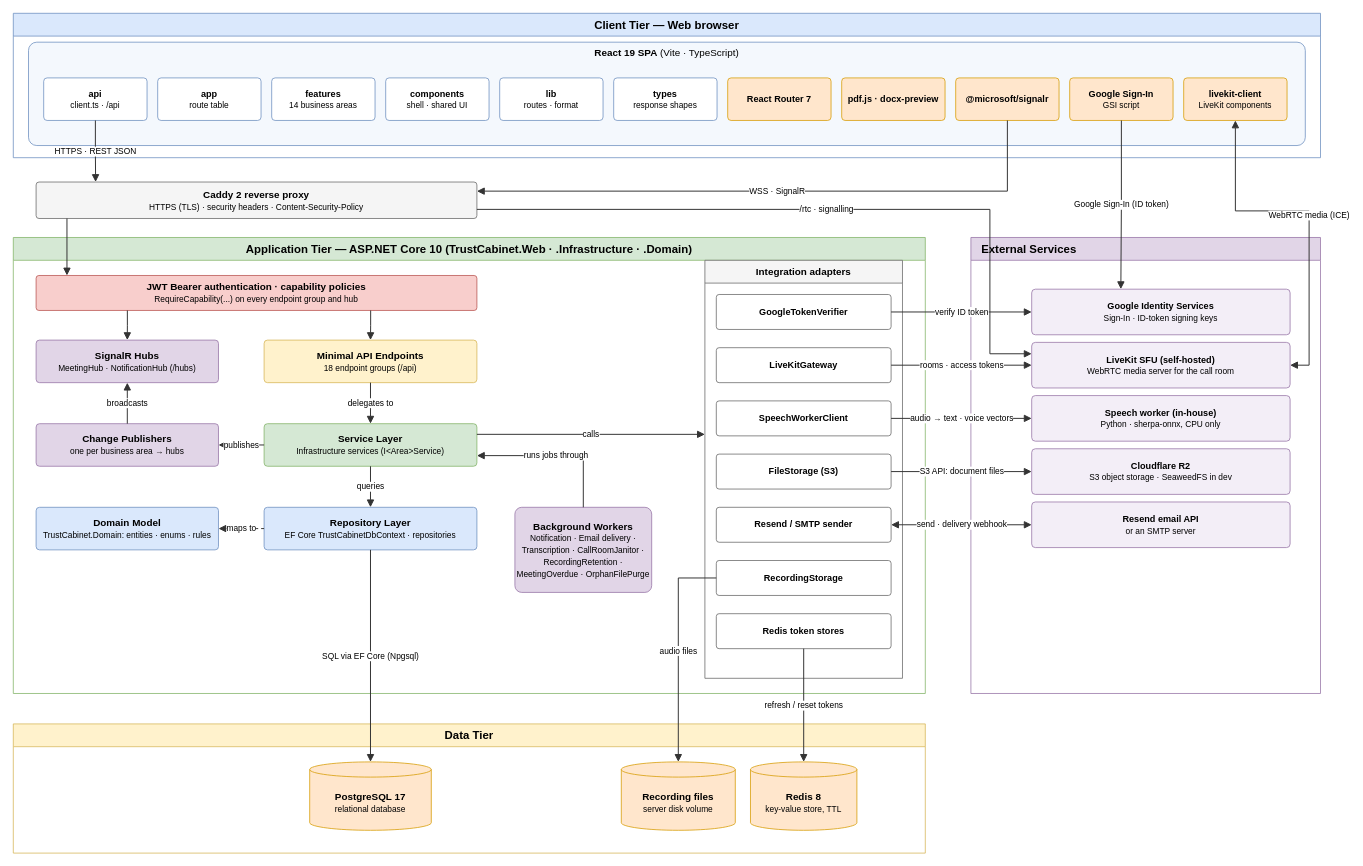
callmehai/FU-FA26-G116 keeps this draw.io diagram as docs/16-architecture-diagram/kien-truc-phan-mem.drawio. Above is the earlier version. Source tidied: cells renumbered, new cells numbered last; positions are measured from the earlier drawing's top-left corner, leaving out a move shared by most shapes. Both pictures are drawn from the tidied source at 76%, with x=0, y=0 at pixel (13, 13).
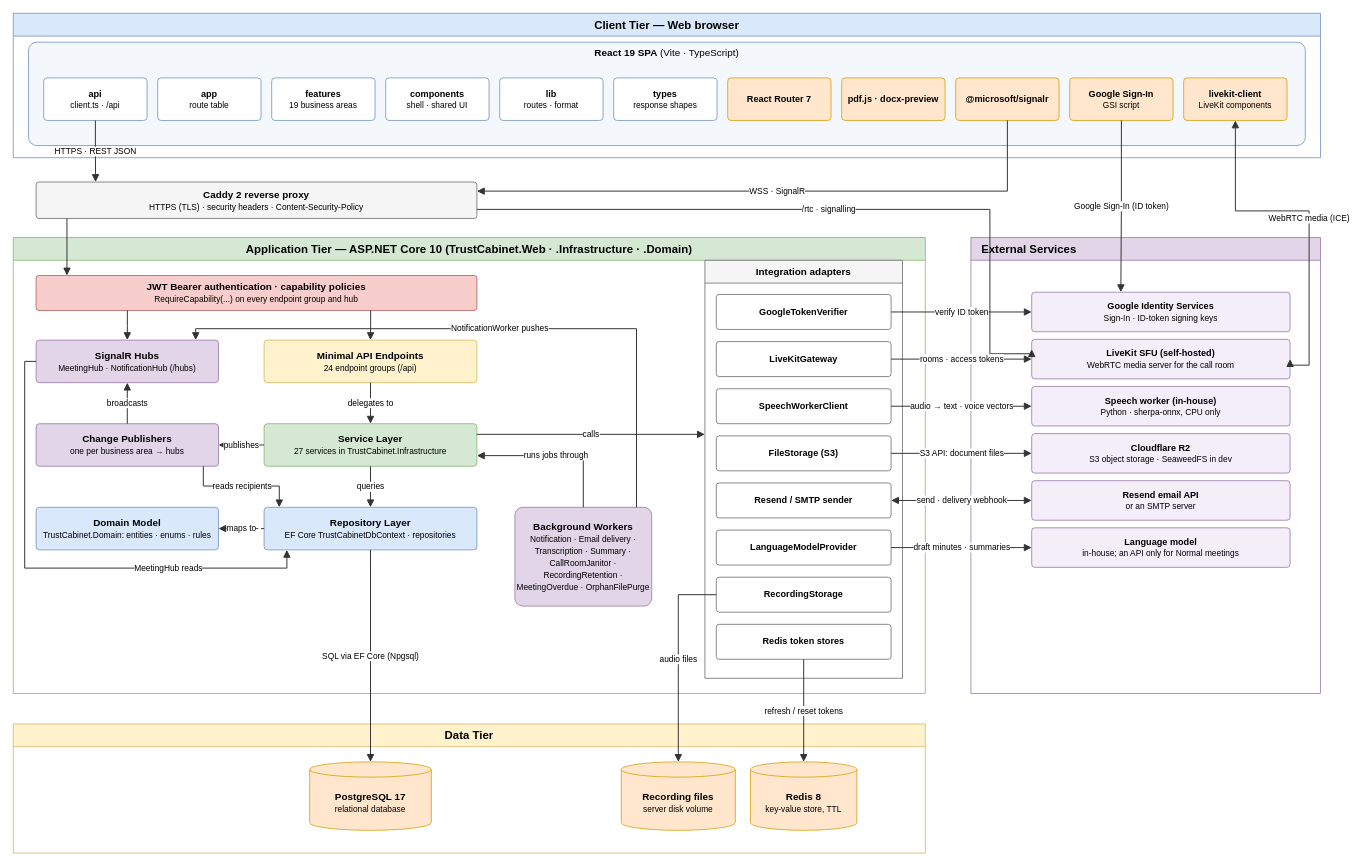
After the change.

Unchanged cells that the change refers to:
```xml
<mxCell id="18" value="&lt;b&gt;SignalR Hubs&lt;/b&gt;&lt;br&gt;&lt;font style=&quot;font-size: 11px;&quot;&gt;MeetingHub · NotificationHub (/hubs)&lt;/font&gt;" style="rounded=1;arcSize=8;fillColor=#e1d5e7;strokeColor=#9673a6;fontSize=13;fontColor=#000000;fontFamily=Helvetica;html=1;whiteSpace=wrap;" parent="1" vertex="1">
  <mxGeometry x="30" y="430" width="240" height="56" as="geometry" />
</mxCell>
<mxCell id="20" value="&lt;b&gt;Change Publishers&lt;/b&gt;&lt;br&gt;&lt;font style=&quot;font-size: 11px;&quot;&gt;one per business area → hubs&lt;/font&gt;" style="rounded=1;arcSize=8;fillColor=#e1d5e7;strokeColor=#9673a6;fontSize=13;fontColor=#000000;fontFamily=Helvetica;html=1;whiteSpace=wrap;" parent="1" vertex="1">
  <mxGeometry x="30" y="540" width="240" height="56" as="geometry" />
</mxCell>
<mxCell id="23" value="&lt;b&gt;Repository Layer&lt;/b&gt;&lt;br&gt;&lt;font style=&quot;font-size: 11px;&quot;&gt;EF Core TrustCabinetDbContext · repositories&lt;/font&gt;" style="rounded=1;arcSize=8;fillColor=#dae8fc;strokeColor=#6c8ebf;fontSize=13;fontColor=#000000;fontFamily=Helvetica;html=1;whiteSpace=wrap;" parent="1" vertex="1">
  <mxGeometry x="330" y="650" width="280" height="56" as="geometry" />
</mxCell>
<mxCell id="41" value="&lt;b&gt;Recording files&lt;/b&gt;&lt;br&gt;&lt;font style=&quot;font-size: 11px;&quot;&gt;server disk volume&lt;/font&gt;" style="shape=cylinder3;boundedLbl=1;backgroundOutline=1;size=10;fillColor=#ffe6cc;strokeColor=#d79b00;fontSize=13;fontColor=#000000;fontFamily=Helvetica;html=1;whiteSpace=wrap;" parent="1" vertex="1">
  <mxGeometry x="800" y="985" width="150" height="90" as="geometry" />
</mxCell>
```

Diff of the diagram source:
```diff
@@
-    <mxCell id="6" value="&lt;b&gt;features&lt;/b&gt;&lt;br&gt;&lt;font style=&quot;font-size: 11px;&quot;&gt;14 business areas&lt;/font&gt;" style="rounded=1;arcSize=8;fillColor=#ffffff;strokeColor=#6c8ebf;fontSize=12;fontColor=#000000;fontFamily=Helvetica;html=1;whiteSpace=wrap;" parent="1" vertex="1">
+    <mxCell id="6" value="&lt;b&gt;features&lt;/b&gt;&lt;br&gt;&lt;font style=&quot;font-size: 11px;&quot;&gt;19 business areas&lt;/font&gt;" style="rounded=1;arcSize=8;fillColor=#ffffff;strokeColor=#6c8ebf;fontSize=12;fontColor=#000000;fontFamily=Helvetica;html=1;whiteSpace=wrap;" parent="1" vertex="1">
       <mxGeometry x="340" y="85" width="136" height="56" as="geometry" />
     </mxCell>
@@
-    <mxCell id="19" value="&lt;b&gt;Minimal API Endpoints&lt;/b&gt;&lt;br&gt;&lt;font style=&quot;font-size: 11px;&quot;&gt;18 endpoint groups (/api)&lt;/font&gt;" style="rounded=1;arcSize=8;fillColor=#fff2cc;strokeColor=#d6b656;fontSize=13;fontColor=#000000;fontFamily=Helvetica;html=1;whiteSpace=wrap;" parent="1" vertex="1">
+    <mxCell id="19" value="&lt;b&gt;Minimal API Endpoints&lt;/b&gt;&lt;br&gt;&lt;font style=&quot;font-size: 11px;&quot;&gt;24 endpoint groups (/api)&lt;/font&gt;" style="rounded=1;arcSize=8;fillColor=#fff2cc;strokeColor=#d6b656;fontSize=13;fontColor=#000000;fontFamily=Helvetica;html=1;whiteSpace=wrap;" parent="1" vertex="1">
       <mxGeometry x="330" y="430" width="280" height="56" as="geometry" />
     </mxCell>
@@
-    <mxCell id="21" value="&lt;b&gt;Service Layer&lt;/b&gt;&lt;br&gt;&lt;font style=&quot;font-size: 11px;&quot;&gt;Infrastructure services (I&amp;lt;Area&amp;gt;Service)&lt;/font&gt;" style="rounded=1;arcSize=8;fillColor=#d5e8d4;strokeColor=#82b366;fontSize=13;fontColor=#000000;fontFamily=Helvetica;html=1;whiteSpace=wrap;" parent="1" vertex="1">
+    <mxCell id="21" value="&lt;b&gt;Service Layer&lt;/b&gt;&lt;br&gt;&lt;font style=&quot;font-size: 11px;&quot;&gt;27 services in TrustCabinet.Infrastructure&lt;/font&gt;" style="rounded=1;arcSize=8;fillColor=#d5e8d4;strokeColor=#82b366;fontSize=13;fontColor=#000000;fontFamily=Helvetica;html=1;whiteSpace=wrap;" parent="1" vertex="1">
       <mxGeometry x="330" y="540" width="280" height="56" as="geometry" />
     </mxCell>
@@
-    <mxCell id="24" value="&lt;b&gt;Background Workers&lt;/b&gt;&lt;br&gt;&lt;font style=&quot;font-size: 11px;&quot;&gt;Notification · Email delivery · Transcription · CallRoomJanitor · RecordingRetention · MeetingOverdue · OrphanFilePurge&lt;/font&gt;" style="rounded=1;arcSize=8;fillColor=#e1d5e7;strokeColor=#9673a6;fontSize=13;fontColor=#000000;fontFamily=Helvetica;html=1;whiteSpace=wrap;" parent="1" vertex="1">
-      <mxGeometry x="660" y="650" width="180" height="112" as="geometry" />
+    <mxCell id="24" value="&lt;b&gt;Background Workers&lt;/b&gt;&lt;br&gt;&lt;font style=&quot;font-size: 11px;&quot;&gt;Notification · Email delivery · Transcription · Summary · CallRoomJanitor · RecordingRetention · MeetingOverdue · OrphanFilePurge&lt;/font&gt;" style="rounded=1;arcSize=8;fillColor=#e1d5e7;strokeColor=#9673a6;fontSize=13;fontColor=#000000;fontFamily=Helvetica;html=1;whiteSpace=wrap;" parent="1" vertex="1">
+      <mxGeometry x="660" y="650" width="180" height="130" as="geometry" />
     </mxCell>
@@
     <mxCell id="27" value="&lt;b&gt;LiveKitGateway&lt;/b&gt;" style="rounded=1;arcSize=8;fillColor=#ffffff;strokeColor=#666666;fontSize=12;fontColor=#000000;fontFamily=Helvetica;html=1;whiteSpace=wrap;" parent="1" vertex="1">
-      <mxGeometry x="925" y="440" width="230" height="46" as="geometry" />
+      <mxGeometry x="925" y="432" width="230" height="46" as="geometry" />
     </mxCell>
     <mxCell id="28" value="&lt;b&gt;SpeechWorkerClient&lt;/b&gt;" style="rounded=1;arcSize=8;fillColor=#ffffff;strokeColor=#666666;fontSize=12;fontColor=#000000;fontFamily=Helvetica;html=1;whiteSpace=wrap;" parent="1" vertex="1">
-      <mxGeometry x="925" y="510" width="230" height="46" as="geometry" />
+      <mxGeometry x="925" y="494" width="230" height="46" as="geometry" />
     </mxCell>
     <mxCell id="29" value="&lt;b&gt;FileStorage (S3)&lt;/b&gt;" style="rounded=1;arcSize=8;fillColor=#ffffff;strokeColor=#666666;fontSize=12;fontColor=#000000;fontFamily=Helvetica;html=1;whiteSpace=wrap;" parent="1" vertex="1">
-      <mxGeometry x="925" y="580" width="230" height="46" as="geometry" />
+      <mxGeometry x="925" y="556" width="230" height="46" as="geometry" />
     </mxCell>
     <mxCell id="30" value="&lt;b&gt;Resend / SMTP sender&lt;/b&gt;" style="rounded=1;arcSize=8;fillColor=#ffffff;strokeColor=#666666;fontSize=12;fontColor=#000000;fontFamily=Helvetica;html=1;whiteSpace=wrap;" parent="1" vertex="1">
-      <mxGeometry x="925" y="650" width="230" height="46" as="geometry" />
+      <mxGeometry x="925" y="618" width="230" height="46" as="geometry" />
     </mxCell>
     <mxCell id="31" value="&lt;b&gt;RecordingStorage&lt;/b&gt;" style="rounded=1;arcSize=8;fillColor=#ffffff;strokeColor=#666666;fontSize=12;fontColor=#000000;fontFamily=Helvetica;html=1;whiteSpace=wrap;" parent="1" vertex="1">
-      <mxGeometry x="925" y="720" width="230" height="46" as="geometry" />
+      <mxGeometry x="925" y="742" width="230" height="46" as="geometry" />
     </mxCell>
     <mxCell id="32" value="&lt;b&gt;Redis token stores&lt;/b&gt;" style="rounded=1;arcSize=8;fillColor=#ffffff;strokeColor=#666666;fontSize=12;fontColor=#000000;fontFamily=Helvetica;html=1;whiteSpace=wrap;" parent="1" vertex="1">
-      <mxGeometry x="925" y="790" width="230" height="46" as="geometry" />
+      <mxGeometry x="925" y="804" width="230" height="46" as="geometry" />
     </mxCell>
@@
     <mxCell id="34" value="&lt;b&gt;Google Identity Services&lt;/b&gt;&lt;br&gt;&lt;font style=&quot;font-size: 11px;&quot;&gt;Sign-In · ID-token signing keys&lt;/font&gt;" style="rounded=1;arcSize=8;fillColor=#f3eef7;strokeColor=#9673a6;fontSize=12;fontColor=#000000;fontFamily=Helvetica;html=1;whiteSpace=wrap;" parent="1" vertex="1">
-      <mxGeometry x="1340" y="363" width="340" height="60" as="geometry" />
+      <mxGeometry x="1340" y="367" width="340" height="52" as="geometry" />
     </mxCell>
     <mxCell id="35" value="&lt;b&gt;LiveKit SFU (self-hosted)&lt;/b&gt;&lt;br&gt;&lt;font style=&quot;font-size: 11px;&quot;&gt;WebRTC media server for the call room&lt;/font&gt;" style="rounded=1;arcSize=8;fillColor=#f3eef7;strokeColor=#9673a6;fontSize=12;fontColor=#000000;fontFamily=Helvetica;html=1;whiteSpace=wrap;" parent="1" vertex="1">
-      <mxGeometry x="1340" y="433" width="340" height="60" as="geometry" />
+      <mxGeometry x="1340" y="429" width="340" height="52" as="geometry" />
     </mxCell>
     <mxCell id="36" value="&lt;b&gt;Speech worker (in-house)&lt;/b&gt;&lt;br&gt;&lt;font style=&quot;font-size: 11px;&quot;&gt;Python · sherpa-onnx, CPU only&lt;/font&gt;" style="rounded=1;arcSize=8;fillColor=#f3eef7;strokeColor=#9673a6;fontSize=12;fontColor=#000000;fontFamily=Helvetica;html=1;whiteSpace=wrap;" parent="1" vertex="1">
-      <mxGeometry x="1340" y="503" width="340" height="60" as="geometry" />
+      <mxGeometry x="1340" y="491" width="340" height="52" as="geometry" />
     </mxCell>
     <mxCell id="37" value="&lt;b&gt;Cloudflare R2&lt;/b&gt;&lt;br&gt;&lt;font style=&quot;font-size: 11px;&quot;&gt;S3 object storage · SeaweedFS in dev&lt;/font&gt;" style="rounded=1;arcSize=8;fillColor=#f3eef7;strokeColor=#9673a6;fontSize=12;fontColor=#000000;fontFamily=Helvetica;html=1;whiteSpace=wrap;" parent="1" vertex="1">
-      <mxGeometry x="1340" y="573" width="340" height="60" as="geometry" />
+      <mxGeometry x="1340" y="553" width="340" height="52" as="geometry" />
     </mxCell>
     <mxCell id="38" value="&lt;b&gt;Resend email API&lt;/b&gt;&lt;br&gt;&lt;font style=&quot;font-size: 11px;&quot;&gt;or an SMTP server&lt;/font&gt;" style="rounded=1;arcSize=8;fillColor=#f3eef7;strokeColor=#9673a6;fontSize=12;fontColor=#000000;fontFamily=Helvetica;html=1;whiteSpace=wrap;" parent="1" vertex="1">
-      <mxGeometry x="1340" y="643" width="340" height="60" as="geometry" />
+      <mxGeometry x="1340" y="615" width="340" height="52" as="geometry" />
     </mxCell>
+    <mxCell id="66" value="&lt;b&gt;LanguageModelProvider&lt;/b&gt;" style="rounded=1;arcSize=8;fillColor=#ffffff;strokeColor=#666666;fontSize=12;fontColor=#000000;fontFamily=Helvetica;html=1;whiteSpace=wrap;" parent="1" vertex="1">
+      <mxGeometry x="925" y="680" width="230" height="46" as="geometry" />
+    </mxCell>
+    <mxCell id="67" value="&lt;b&gt;Language model&lt;/b&gt;&lt;br&gt;&lt;font style=&quot;font-size: 11px;&quot;&gt;in-house; an API only for Normal meetings&lt;/font&gt;" style="rounded=1;arcSize=8;fillColor=#f3eef7;strokeColor=#9673a6;fontSize=12;fontColor=#000000;fontFamily=Helvetica;html=1;whiteSpace=wrap;" parent="1" vertex="1">
+      <mxGeometry x="1340" y="677" width="340" height="52" as="geometry" />
+    </mxCell>
@@
     <mxCell id="64" value="audio files" style="edgeStyle=orthogonalEdgeStyle;rounded=0;endArrow=block;endFill=1;endSize=7;strokeColor=#333333;strokeWidth=1.3;fontSize=11;fontColor=#000000;labelBackgroundColor=#ffffff;fontFamily=Helvetica;html=1;exitX=0;exitY=0.5;exitDx=0;exitDy=0;entryX=0.5;entryY=0;entryDx=0;entryDy=0;" parent="1" edge="1" source="31" target="41">
       <mxGeometry relative="1" as="geometry">
         <Array as="points">
-          <mxPoint x="875" y="743" />
+          <mxPoint x="875" y="765" />
         </Array>
       </mxGeometry>
     </mxCell>
@@
+    <mxCell id="68" value="draft minutes · summaries" style="edgeStyle=orthogonalEdgeStyle;rounded=0;endArrow=block;endFill=1;endSize=7;strokeColor=#333333;strokeWidth=1.3;fontSize=11;fontColor=#000000;labelBackgroundColor=#ffffff;fontFamily=Helvetica;html=1;exitX=1;exitY=0.5;exitDx=0;exitDy=0;entryX=0;entryY=0.5;entryDx=0;entryDy=0;" parent="1" edge="1" source="66" target="67">
+      <mxGeometry relative="1" as="geometry" />
+    </mxCell>
+    <mxCell id="69" value="reads recipients" style="edgeStyle=orthogonalEdgeStyle;rounded=0;endArrow=block;endFill=1;endSize=7;strokeColor=#333333;strokeWidth=1.3;fontSize=11;fontColor=#000000;labelBackgroundColor=#ffffff;fontFamily=Helvetica;html=1;exitX=0.9167;exitY=1;exitDx=0;exitDy=0;entryX=0.0714;entryY=0;entryDx=0;entryDy=0;" parent="1" edge="1" source="20" target="23">
+      <mxGeometry relative="1" as="geometry">
+        <Array as="points">
+          <mxPoint x="250" y="622" />
+          <mxPoint x="350" y="622" />
+        </Array>
+      </mxGeometry>
+    </mxCell>
+    <mxCell id="70" value="MeetingHub reads" style="edgeStyle=orthogonalEdgeStyle;rounded=0;endArrow=block;endFill=1;endSize=7;strokeColor=#333333;strokeWidth=1.3;fontSize=11;fontColor=#000000;labelBackgroundColor=#ffffff;fontFamily=Helvetica;html=1;exitX=0;exitY=0.5;exitDx=0;exitDy=0;entryX=0.1071;entryY=1;entryDx=0;entryDy=0;" parent="1" edge="1" source="18" target="23">
+      <mxGeometry x="0.45" relative="1" as="geometry">
+        <Array as="points">
+          <mxPoint x="15" y="458" />
+          <mxPoint x="15" y="730" />
+          <mxPoint x="360" y="730" />
+        </Array>
+      </mxGeometry>
+    </mxCell>
+    <mxCell id="71" value="NotificationWorker pushes" style="edgeStyle=orthogonalEdgeStyle;rounded=0;endArrow=block;endFill=1;endSize=7;strokeColor=#333333;strokeWidth=1.3;fontSize=11;fontColor=#000000;labelBackgroundColor=#ffffff;fontFamily=Helvetica;html=1;exitX=0.8889;exitY=0;exitDx=0;exitDy=0;entryX=0.875;entryY=0;entryDx=0;entryDy=0;" parent="1" edge="1" source="24" target="18">
+      <mxGeometry relative="1" as="geometry">
+        <Array as="points">
+          <mxPoint x="820" y="415" />
+          <mxPoint x="240" y="415" />
+        </Array>
+      </mxGeometry>
+    </mxCell>
```
